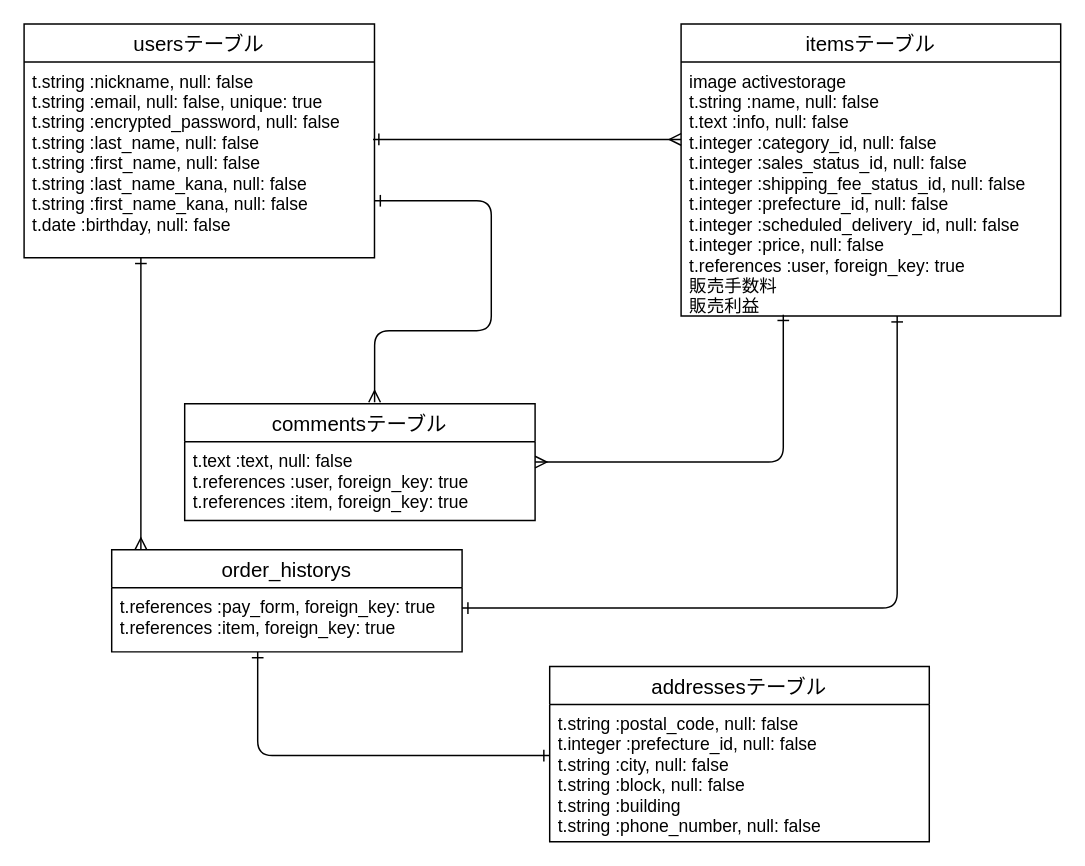
This is er.dio from ASHINA4/furima-35894, a draw.io file, before an edit. Source tidied: cells renumbered, new cells numbered last; positions are measured from the earlier drawing's top-left corner, leaving out a move shared by most shapes. Both pictures are drawn from the tidied source at 146%, with x=0, y=0 at pixel (23, 23).
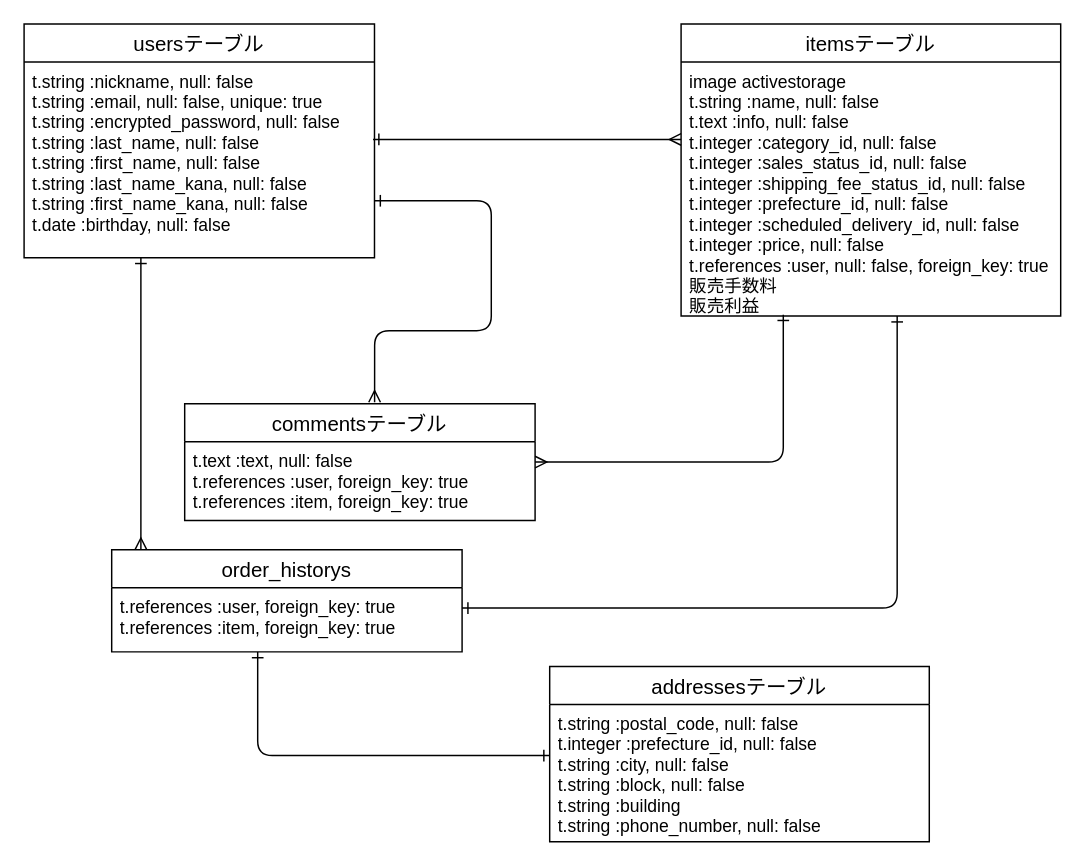
After the change.

Commit message (it also covers changes not shown here):
修正：コードレビュー４回目

The change refers to these unchanged cells:
```xml
<mxCell id="4" value="itemsテーブル" style="swimlane;fontStyle=0;horizontal=1;startSize=26;align=center;fontSize=14;" parent="1" vertex="1">
  <mxGeometry x="450" width="260" height="200" as="geometry" />
</mxCell>
<mxCell id="14" value="order_historys" style="swimlane;fontStyle=0;horizontal=1;startSize=26;align=center;fontSize=14;" parent="1" vertex="1">
  <mxGeometry x="60" y="360" width="240" height="70" as="geometry" />
</mxCell>
```

The edit, as a diff of the source:
```diff
@@
-    <mxCell id="5" value="image activestorage&#10;t.string :name,           null: false&#10;t.text :info, null: false&#10;t.integer :category_id, null: false&#10;t.integer :sales_status_id, null: false&#10;t.integer :shipping_fee_status_id, null: false&#10;t.integer :prefecture_id, null: false&#10;t.integer :scheduled_delivery_id, null: false&#10;      t.integer :price, null: false&#10;t.references :user, foreign_key: true&#10;販売手数料&#10;販売利益&#10;&#10;&#10;&#10;" style="text;strokeColor=none;fillColor=none;spacingLeft=4;spacingRight=4;overflow=hidden;points=[[0,0.5],[1,0.5]];portConstraint=eastwest;fontSize=12;" parent="4" vertex="1">
+    <mxCell id="5" value="image activestorage&#10;t.string :name,           null: false&#10;t.text :info, null: false&#10;t.integer :category_id, null: false&#10;t.integer :sales_status_id, null: false&#10;t.integer :shipping_fee_status_id, null: false&#10;t.integer :prefecture_id, null: false&#10;t.integer :scheduled_delivery_id, null: false&#10;      t.integer :price, null: false&#10;t.references :user, null: false, foreign_key: true&#10;販売手数料&#10;販売利益&#10;&#10;&#10;&#10;" style="text;strokeColor=none;fillColor=none;spacingLeft=4;spacingRight=4;overflow=hidden;points=[[0,0.5],[1,0.5]];portConstraint=eastwest;fontSize=12;" parent="4" vertex="1">
       <mxGeometry y="26" width="260" height="174" as="geometry" />
     </mxCell>
@@
-    <mxCell id="15" value="t.references :pay_form, foreign_key: true&#10;t.references :item, foreign_key: true" style="text;strokeColor=none;fillColor=none;spacingLeft=4;spacingRight=4;overflow=hidden;points=[[0,0.5],[1,0.5]];portConstraint=eastwest;fontSize=12;" parent="14" vertex="1">
+    <mxCell id="15" value="t.references :user, foreign_key: true&#10;t.references :item, foreign_key: true" style="text;strokeColor=none;fillColor=none;spacingLeft=4;spacingRight=4;overflow=hidden;points=[[0,0.5],[1,0.5]];portConstraint=eastwest;fontSize=12;" parent="14" vertex="1">
       <mxGeometry y="26" width="240" height="44" as="geometry" />
     </mxCell>
```
